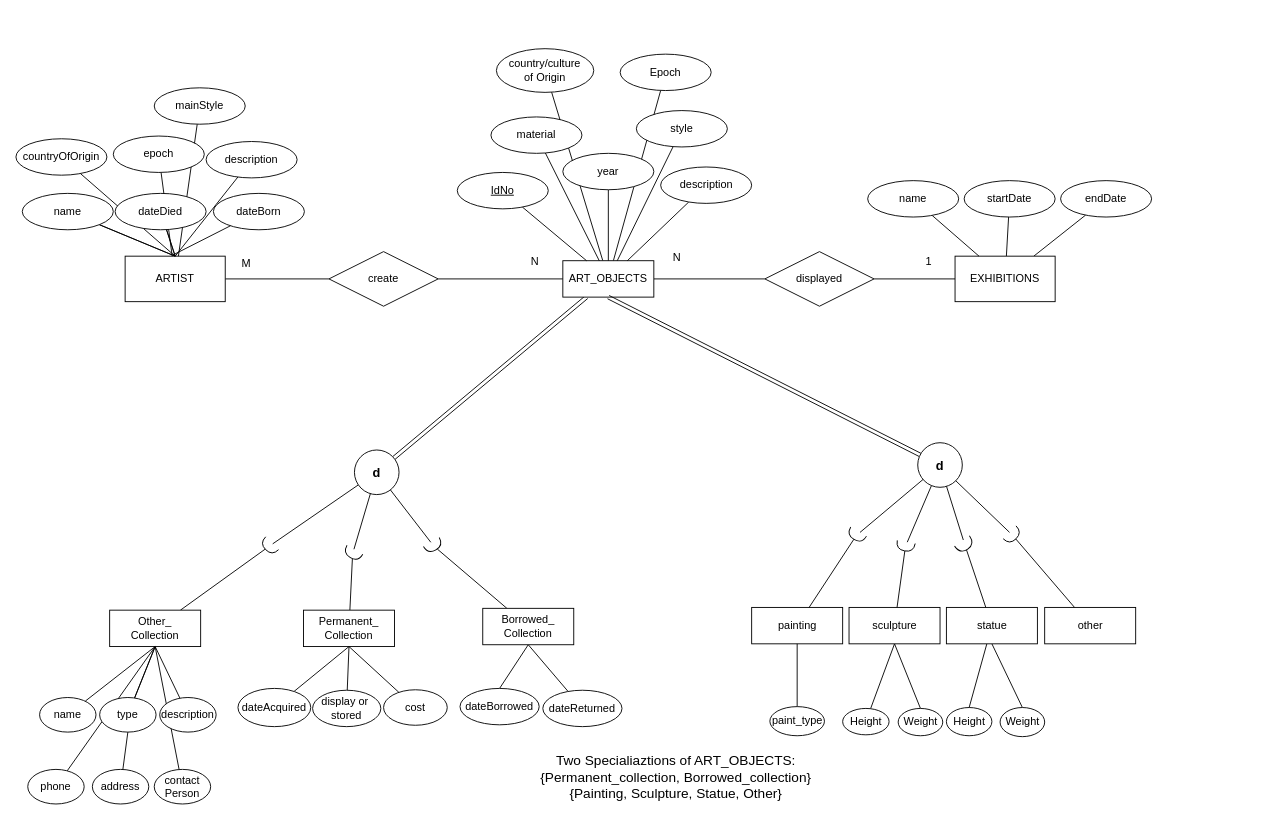
Above: DBStudio/DBStudio_Ass5_Art.drawio in cobinding/draw.io_collection (draw.io), before the change. Source tidied: cells renumbered, new cells numbered last; positions are measured from the earlier drawing's top-left corner, leaving out a move shared by most shapes. Both pictures are drawn from the tidied source at 91%, with x=0, y=0 at pixel (15, 48).
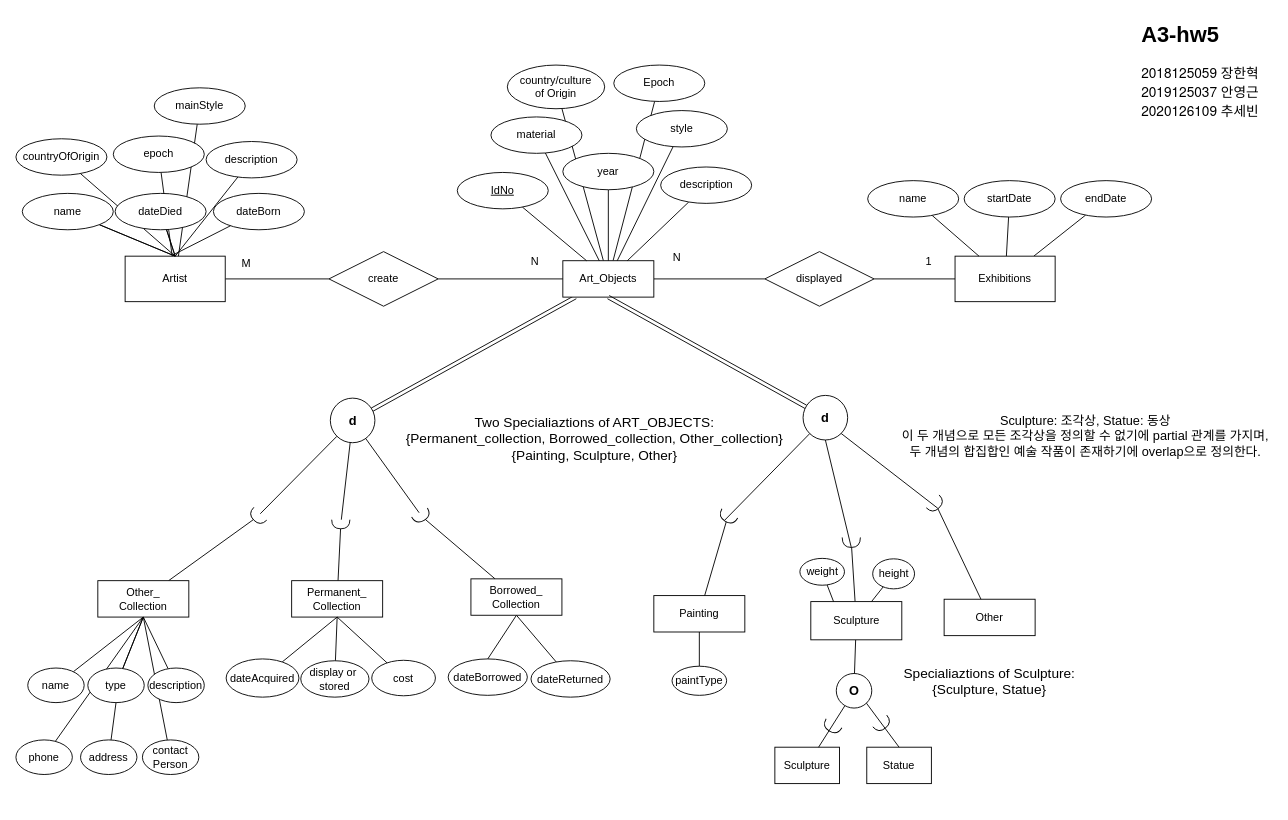
The same diagram, later.

The edit, as a diff of the source:
```diff
@@
+    <mxCell id="25" style="rounded=0;jettySize=auto;html=1;endArrow=none;endFill=0;" parent="1" edge="1" source="9" target="20">
+      <mxGeometry relative="1" as="geometry" />
+    </mxCell>
-    <mxCell id="9" style="shape=requiredInterface;html=1;verticalLabelPosition=bottom;sketch=0;rotation=55;" parent="1" vertex="1">
-      <mxGeometry x="1037.3" y="535.4" width="11" height="20" as="geometry" />
+    <mxCell id="9" style="shape=requiredInterface;html=1;verticalLabelPosition=bottom;sketch=0;rotation=90;" parent="1" vertex="1">
+      <mxGeometry x="912.5" y="532.6" width="11" height="20" as="geometry" />
     </mxCell>
     <mxCell id="10" style="shape=requiredInterface;html=1;verticalLabelPosition=bottom;sketch=0;rotation=120;" parent="1" vertex="1">
-      <mxGeometry x="918.5" y="525" width="10" height="20" as="geometry" />
+      <mxGeometry x="777" y="505" width="10" height="20" as="geometry" />
     </mxCell>
@@
-    <mxCell id="13" value="ART_OBJECTS" style="whiteSpace=wrap;html=1;align=center;" parent="1" vertex="1">
+    <mxCell id="13" value="Art_Objects" style="whiteSpace=wrap;html=1;align=center;" parent="1" vertex="1">
       <mxGeometry x="601" y="233" width="100" height="40" as="geometry" />
     </mxCell>
-    <mxCell id="14" value="painting" style="whiteSpace=wrap;html=1;align=center;" parent="1" vertex="1">
-      <mxGeometry x="808.5" y="614" width="100" height="40" as="geometry" />
+    <mxCell id="14" value="Painting" style="whiteSpace=wrap;html=1;align=center;" parent="1" vertex="1">
+      <mxGeometry x="701" y="601" width="100" height="40" as="geometry" />
     </mxCell>
-    <mxCell id="15" style="rounded=0;jettySize=auto;html=1;endArrow=none;endFill=0;exitX=0.5;exitY=1;exitDx=0;exitDy=0;" parent="1" edge="1" source="17" target="79">
-      <mxGeometry relative="1" as="geometry" />
-    </mxCell>
-    <mxCell id="16" style="rounded=0;jettySize=auto;html=1;entryX=0.5;entryY=0;entryDx=0;entryDy=0;endArrow=none;endFill=0;exitX=0.5;exitY=1;exitDx=0;exitDy=0;" parent="1" edge="1" source="17" target="78">
-      <mxGeometry relative="1" as="geometry" />
-    </mxCell>
-    <mxCell id="17" value="sculpture" style="whiteSpace=wrap;html=1;align=center;" parent="1" vertex="1">
-      <mxGeometry x="915.5" y="614" width="100" height="40" as="geometry" />
-    </mxCell>
-    <mxCell id="18" style="rounded=0;jettySize=auto;html=1;entryX=0.5;entryY=0;entryDx=0;entryDy=0;endArrow=none;endFill=0;" parent="1" edge="1" source="20" target="80">
-      <mxGeometry relative="1" as="geometry" />
-    </mxCell>
-    <mxCell id="19" style="rounded=0;jettySize=auto;html=1;entryX=0.5;entryY=0;entryDx=0;entryDy=0;endArrow=none;endFill=0;exitX=0.5;exitY=1;exitDx=0;exitDy=0;" parent="1" edge="1" source="20" target="81">
-      <mxGeometry relative="1" as="geometry" />
-    </mxCell>
+    <mxCell id="118" style="rounded=0;jettySize=auto;html=1;endArrow=none;endFill=0;" parent="1" edge="1" source="20" target="122">
+      <mxGeometry relative="1" as="geometry" />
+    </mxCell>
-    <mxCell id="20" value="statue" style="whiteSpace=wrap;html=1;align=center;" parent="1" vertex="1">
-      <mxGeometry x="1022.5" y="614" width="100" height="40" as="geometry" />
+    <mxCell id="20" value="Sculpture" style="whiteSpace=wrap;html=1;align=center;" parent="1" vertex="1">
+      <mxGeometry x="873.5" y="607.6" width="100" height="42" as="geometry" />
     </mxCell>
-    <mxCell id="21" value="other" style="whiteSpace=wrap;html=1;align=center;" parent="1" vertex="1">
-      <mxGeometry x="1130.5" y="614" width="100" height="40" as="geometry" />
+    <mxCell id="21" value="Other" style="whiteSpace=wrap;html=1;align=center;" parent="1" vertex="1">
+      <mxGeometry x="1020" y="605" width="100" height="40" as="geometry" />
     </mxCell>
@@
-    <mxCell id="24" style="rounded=0;jettySize=auto;html=1;endArrow=none;endFill=0;" parent="1" edge="1" source="30" target="17">
-      <mxGeometry relative="1" as="geometry" />
-    </mxCell>
-    <mxCell id="25" style="rounded=0;jettySize=auto;html=1;endArrow=none;endFill=0;" parent="1" edge="1" source="9" target="20">
-      <mxGeometry relative="1" as="geometry" />
-    </mxCell>
@@
     <mxCell id="27" value="&lt;b&gt;&lt;font style=&quot;font-size: 14px;&quot;&gt;d&lt;/font&gt;&lt;/b&gt;" style="ellipse;whiteSpace=wrap;html=1;align=center;" parent="1" vertex="1">
-      <mxGeometry x="991" y="433" width="49" height="49" as="geometry" />
+      <mxGeometry x="865" y="381" width="49" height="49" as="geometry" />
     </mxCell>
-    <mxCell id="28" style="rounded=0;jettySize=auto;html=1;endArrow=none;endFill=0;" parent="1" edge="1" source="27" target="10">
-      <mxGeometry relative="1" as="geometry" />
+    <mxCell id="28" style="rounded=0;jettySize=auto;html=1;endArrow=none;endFill=0;" parent="1" edge="1" source="27">
+      <mxGeometry relative="1" as="geometry">
+        <mxPoint x="779" y="518" as="targetPoint" />
+      </mxGeometry>
     </mxCell>
-    <mxCell id="29" style="rounded=0;jettySize=auto;html=1;endArrow=none;endFill=0;" parent="1" edge="1" source="27" target="30">
-      <mxGeometry relative="1" as="geometry" />
-    </mxCell>
-    <mxCell id="30" style="shape=requiredInterface;html=1;verticalLabelPosition=bottom;sketch=0;rotation=100;" parent="1" vertex="1">
-      <mxGeometry x="972.5" y="537" width="10" height="20" as="geometry" />
-    </mxCell>
-    <mxCell id="31" style="rounded=0;jettySize=auto;html=1;endArrow=none;endFill=0;" parent="1" edge="1" source="27" target="9">
+    <mxCell id="31" style="rounded=0;jettySize=auto;html=1;endArrow=none;endFill=0;exitX=0.5;exitY=1;exitDx=0;exitDy=0;entryX=1;entryY=0.5;entryDx=0;entryDy=0;entryPerimeter=0;" parent="1" edge="1" source="27" target="9">
       <mxGeometry relative="1" as="geometry" />
     </mxCell>
@@
-    <mxCell id="33" value="ARTIST" style="html=1;whiteSpace=wrap;" parent="1" vertex="1">
+    <mxCell id="33" value="Artist" style="html=1;whiteSpace=wrap;" parent="1" vertex="1">
       <mxGeometry x="120" y="228" width="110" height="50" as="geometry" />
     </mxCell>
@@
-    <mxCell id="36" value="EXHIBITIONS" style="html=1;whiteSpace=wrap;" parent="1" vertex="1">
+    <mxCell id="36" value="Exhibitions" style="html=1;whiteSpace=wrap;" parent="1" vertex="1">
       <mxGeometry x="1032" y="228" width="110" height="50" as="geometry" />
     </mxCell>
@@
-    <mxCell id="39" style="rounded=0;jettySize=auto;html=1;endArrow=none;endFill=0;exitX=1;exitY=1;exitDx=0;exitDy=0;" parent="1" edge="1" source="27" target="40">
-      <mxGeometry relative="1" as="geometry" />
+    <mxCell id="39" style="rounded=0;jettySize=auto;html=1;endArrow=none;endFill=0;exitX=1;exitY=1;exitDx=0;exitDy=0;" parent="1" edge="1" source="27">
+      <mxGeometry relative="1" as="geometry">
+        <mxPoint x="1013" y="505" as="targetPoint" />
+      </mxGeometry>
     </mxCell>
     <mxCell id="40" style="shape=requiredInterface;html=1;verticalLabelPosition=bottom;sketch=0;rotation=45;" parent="1" vertex="1">
-      <mxGeometry x="1090.5" y="525" width="10" height="20" as="geometry" />
+      <mxGeometry x="1006" y="491" width="10" height="20" as="geometry" />
     </mxCell>
@@
     <mxCell id="50" value="&lt;b&gt;&lt;font style=&quot;font-size: 14px;&quot;&gt;d&lt;/font&gt;&lt;/b&gt;" style="ellipse;whiteSpace=wrap;html=1;align=center;" parent="1" vertex="1">
-      <mxGeometry x="372" y="441" width="49" height="49" as="geometry" />
+      <mxGeometry x="345.5" y="384" width="49" height="49" as="geometry" />
     </mxCell>
     <mxCell id="51" value="Permanent_&lt;div&gt;Collection&lt;/div&gt;" style="whiteSpace=wrap;html=1;align=center;" parent="1" vertex="1">
-      <mxGeometry x="316" y="617" width="100" height="40" as="geometry" />
+      <mxGeometry x="303" y="584.6" width="100" height="40" as="geometry" />
     </mxCell>
@@
     <mxCell id="54" value="Borrowed_&lt;div&gt;Collection&lt;/div&gt;" style="whiteSpace=wrap;html=1;align=center;" parent="1" vertex="1">
-      <mxGeometry x="513" y="615" width="100" height="40" as="geometry" />
+      <mxGeometry x="500" y="582.6" width="100" height="40" as="geometry" />
     </mxCell>
@@
-    <mxCell id="56" style="shape=requiredInterface;html=1;verticalLabelPosition=bottom;sketch=0;rotation=120;" parent="1" vertex="1">
-      <mxGeometry x="365" y="545" width="10" height="20" as="geometry" />
+    <mxCell id="56" style="shape=requiredInterface;html=1;verticalLabelPosition=bottom;sketch=0;rotation=90;" parent="1" vertex="1">
+      <mxGeometry x="352" y="512.6" width="10" height="20" as="geometry" />
     </mxCell>
@@
-    <mxCell id="77" value="paint_type" style="ellipse;whiteSpace=wrap;html=1;align=center;" parent="1" vertex="1">
-      <mxGeometry x="828.5" y="723" width="60" height="32" as="geometry" />
+    <mxCell id="77" value="paintType" style="ellipse;whiteSpace=wrap;html=1;align=center;" parent="1" vertex="1">
+      <mxGeometry x="721" y="678.6" width="60" height="32" as="geometry" />
     </mxCell>
-    <mxCell id="78" value="Weight" style="ellipse;whiteSpace=wrap;html=1;align=center;" parent="1" vertex="1">
-      <mxGeometry x="969.5" y="725" width="49" height="30" as="geometry" />
-    </mxCell>
-    <mxCell id="79" value="Height" style="ellipse;whiteSpace=wrap;html=1;align=center;" parent="1" vertex="1">
-      <mxGeometry x="908.5" y="725" width="51" height="29" as="geometry" />
-    </mxCell>
-    <mxCell id="80" value="Height" style="ellipse;whiteSpace=wrap;html=1;align=center;" parent="1" vertex="1">
-      <mxGeometry x="1022.5" y="724" width="50" height="31" as="geometry" />
-    </mxCell>
-    <mxCell id="81" value="Weight" style="ellipse;whiteSpace=wrap;html=1;align=center;" parent="1" vertex="1">
-      <mxGeometry x="1081.5" y="724" width="49" height="32" as="geometry" />
-    </mxCell>
@@
-    <mxCell id="85" value="&lt;font style=&quot;font-size: 15px;&quot;&gt;Two Specialiaztions of ART_OBJECTS:&lt;/font&gt;&lt;div style=&quot;font-size: 15px;&quot;&gt;&lt;font style=&quot;font-size: 15px;&quot;&gt;{Permanent_collection, Borrowed_collection}&lt;/font&gt;&lt;/div&gt;&lt;div style=&quot;font-size: 15px;&quot;&gt;&lt;font style=&quot;font-size: 15px;&quot;&gt;{Painting, Sculpture, Statue, Other}&lt;/font&gt;&lt;br&gt;&lt;/div&gt;" style="text;html=1;align=center;verticalAlign=middle;whiteSpace=wrap;rounded=0;" parent="1" vertex="1">
-      <mxGeometry x="566.1" y="785" width="318.7" height="30" as="geometry" />
+    <mxCell id="85" value="&lt;font style=&quot;font-size: 15px;&quot;&gt;Two Specialiaztions of ART_OBJECTS:&lt;/font&gt;&lt;div style=&quot;font-size: 15px;&quot;&gt;&lt;font style=&quot;font-size: 15px;&quot;&gt;{Permanent_collection, Borrowed_collection, Other_collection}&lt;/font&gt;&lt;/div&gt;&lt;div style=&quot;font-size: 15px;&quot;&gt;&lt;font style=&quot;font-size: 15px;&quot;&gt;{Painting, Sculpture, Other}&lt;/font&gt;&lt;br&gt;&lt;/div&gt;" style="text;html=1;align=center;verticalAlign=middle;whiteSpace=wrap;rounded=0;" parent="1" vertex="1">
+      <mxGeometry x="394.5" y="413" width="482" height="30" as="geometry" />
     </mxCell>
@@
     <mxCell id="90" style="shape=requiredInterface;html=1;verticalLabelPosition=bottom;sketch=0;rotation=60;" parent="1" vertex="1">
-      <mxGeometry x="454" y="536.4" width="10" height="20" as="geometry" />
+      <mxGeometry x="441" y="504" width="10" height="20" as="geometry" />
     </mxCell>
     <mxCell id="91" value="dateBorrowed" style="ellipse;whiteSpace=wrap;html=1;align=center;" parent="1" vertex="1">
-      <mxGeometry x="488" y="703" width="87" height="40" as="geometry" />
+      <mxGeometry x="475" y="670.6" width="87" height="40" as="geometry" />
     </mxCell>
@@
     <mxCell id="93" value="cost" style="ellipse;whiteSpace=wrap;html=1;align=center;" parent="1" vertex="1">
-      <mxGeometry x="404" y="704.5" width="70" height="39" as="geometry" />
+      <mxGeometry x="391" y="672.1" width="70" height="39" as="geometry" />
     </mxCell>
@@
     <mxCell id="95" value="display or&amp;nbsp;&lt;div&gt;stored&lt;/div&gt;" style="ellipse;whiteSpace=wrap;html=1;align=center;" parent="1" vertex="1">
-      <mxGeometry x="326" y="705" width="75" height="40" as="geometry" />
+      <mxGeometry x="313" y="672.6" width="75" height="40" as="geometry" />
     </mxCell>
@@
     <mxCell id="97" value="dateAcquired" style="ellipse;whiteSpace=wrap;html=1;align=center;" parent="1" vertex="1">
-      <mxGeometry x="244" y="703" width="80" height="42" as="geometry" />
+      <mxGeometry x="231" y="670.6" width="80" height="42" as="geometry" />
     </mxCell>
     <mxCell id="98" value="dateReturned" style="ellipse;whiteSpace=wrap;html=1;align=center;" parent="1" vertex="1">
-      <mxGeometry x="579" y="705" width="87" height="40" as="geometry" />
+      <mxGeometry x="566" y="672.6" width="87" height="40" as="geometry" />
     </mxCell>
     <mxCell id="99" value="country/culture&lt;div&gt;of&amp;nbsp;&lt;span style=&quot;background-color: initial;&quot;&gt;Origin&lt;/span&gt;&lt;/div&gt;" style="ellipse;whiteSpace=wrap;html=1;align=center;" parent="1" vertex="1">
-      <mxGeometry x="528" width="107" height="48" as="geometry" />
+      <mxGeometry x="540" y="18" width="107" height="48" as="geometry" />
     </mxCell>
     <mxCell id="100" value="Epoch" style="ellipse;whiteSpace=wrap;html=1;align=center;" parent="1" vertex="1">
-      <mxGeometry x="664" y="6" width="100" height="40" as="geometry" />
+      <mxGeometry x="657" y="18" width="100" height="40" as="geometry" />
     </mxCell>
@@
     <mxCell id="105" value="Other_&lt;div&gt;Collection&lt;/div&gt;" style="whiteSpace=wrap;html=1;align=center;" parent="1" vertex="1">
-      <mxGeometry x="103" y="617" width="100" height="40" as="geometry" />
+      <mxGeometry x="90" y="584.6" width="100" height="40" as="geometry" />
     </mxCell>
@@
     <mxCell id="107" style="shape=requiredInterface;html=1;verticalLabelPosition=bottom;sketch=0;rotation=135;" parent="1" vertex="1">
-      <mxGeometry x="273" y="537" width="10" height="20" as="geometry" />
+      <mxGeometry x="260" y="504.6" width="10" height="20" as="geometry" />
     </mxCell>
@@
     <mxCell id="109" value="name" style="ellipse;whiteSpace=wrap;html=1;align=center;" parent="1" vertex="1">
-      <mxGeometry x="26" y="713" width="62" height="38" as="geometry" />
+      <mxGeometry x="13" y="680.6" width="62" height="38" as="geometry" />
     </mxCell>
@@
     <mxCell id="111" value="description" style="ellipse;whiteSpace=wrap;html=1;align=center;" parent="1" vertex="1">
-      <mxGeometry x="158" y="713" width="62" height="38" as="geometry" />
+      <mxGeometry x="145" y="680.6" width="62" height="38" as="geometry" />
     </mxCell>
@@
     <mxCell id="113" value="address" style="ellipse;whiteSpace=wrap;html=1;align=center;" parent="1" vertex="1">
-      <mxGeometry x="84" y="792" width="62" height="38" as="geometry" />
+      <mxGeometry x="71" y="759.6" width="62" height="38" as="geometry" />
     </mxCell>
     <mxCell id="114" value="phone" style="ellipse;whiteSpace=wrap;html=1;align=center;" parent="1" vertex="1">
-      <mxGeometry x="13" y="792" width="62" height="38" as="geometry" />
+      <mxGeometry y="759.6" width="62" height="38" as="geometry" />
     </mxCell>
     <mxCell id="115" value="contact&lt;div&gt;Person&lt;/div&gt;" style="ellipse;whiteSpace=wrap;html=1;align=center;" parent="1" vertex="1">
-      <mxGeometry x="152" y="792" width="62" height="38" as="geometry" />
+      <mxGeometry x="139" y="759.6" width="62" height="38" as="geometry" />
     </mxCell>
@@
     <mxCell id="117" value="type" style="ellipse;whiteSpace=wrap;html=1;align=center;" parent="1" vertex="1">
-      <mxGeometry x="92" y="713" width="62" height="38" as="geometry" />
+      <mxGeometry x="79" y="680.6" width="62" height="38" as="geometry" />
     </mxCell>
+    <mxCell id="119" value="Sculpture" style="whiteSpace=wrap;html=1;align=center;" parent="1" vertex="1">
+      <mxGeometry x="834" y="767.6" width="71" height="40" as="geometry" />
+    </mxCell>
+    <mxCell id="120" value="Statue" style="whiteSpace=wrap;html=1;align=center;" parent="1" vertex="1">
+      <mxGeometry x="935" y="767.6" width="71" height="40" as="geometry" />
+    </mxCell>
+    <mxCell id="121" style="rounded=0;jettySize=auto;html=1;endArrow=none;endFill=0;" parent="1" edge="1" source="122" target="119">
+      <mxGeometry relative="1" as="geometry" />
+    </mxCell>
+    <mxCell id="122" value="&lt;b&gt;&lt;font style=&quot;font-size: 14px;&quot;&gt;O&lt;/font&gt;&lt;/b&gt;" style="ellipse;whiteSpace=wrap;html=1;align=center;" parent="1" vertex="1">
+      <mxGeometry x="901.5" y="686.6" width="39" height="38" as="geometry" />
+    </mxCell>
+    <mxCell id="123" style="shape=requiredInterface;html=1;verticalLabelPosition=bottom;sketch=0;rotation=120;" parent="1" vertex="1">
+      <mxGeometry x="891.5" y="735.6" width="10" height="20" as="geometry" />
+    </mxCell>
+    <mxCell id="124" style="rounded=0;jettySize=auto;html=1;endArrow=none;endFill=0;exitX=1;exitY=1;exitDx=0;exitDy=0;entryX=0.5;entryY=0;entryDx=0;entryDy=0;" parent="1" edge="1" source="122" target="120">
+      <mxGeometry relative="1" as="geometry" />
+    </mxCell>
+    <mxCell id="125" style="shape=requiredInterface;html=1;verticalLabelPosition=bottom;sketch=0;rotation=50;" parent="1" vertex="1">
+      <mxGeometry x="947.5" y="732.6" width="10" height="20" as="geometry" />
+    </mxCell>
+    <mxCell id="126" value="&lt;font style=&quot;font-size: 14px;&quot;&gt;Sculpture: 조각상, Statue: 동상&lt;/font&gt;&lt;div style=&quot;font-size: 14px;&quot;&gt;&lt;font style=&quot;font-size: 14px;&quot;&gt;이 두 개념으로 모든 조각상을 정의할 수 없기에 partial 관계를 가지며,&lt;/font&gt;&lt;/div&gt;&lt;div style=&quot;font-size: 14px;&quot;&gt;&lt;font style=&quot;font-size: 14px;&quot;&gt;두 개념의 합집합인 예술 작품이 존재하기에 overlap으로 정의한다.&lt;/font&gt;&lt;/div&gt;" style="text;html=1;align=center;verticalAlign=middle;strokeColor=none;fillColor=none;" parent="1" vertex="1">
+      <mxGeometry x="973.5" y="395" width="402" height="62" as="geometry" />
+    </mxCell>
+    <mxCell id="127" style="rounded=0;jettySize=auto;html=1;endArrow=none;endFill=0;" parent="1" edge="1" source="128" target="20">
+      <mxGeometry relative="1" as="geometry" />
+    </mxCell>
+    <mxCell id="128" value="height" style="ellipse;whiteSpace=wrap;html=1;align=center;" parent="1" vertex="1">
+      <mxGeometry x="941.5" y="560.6" width="46" height="33" as="geometry" />
+    </mxCell>
+    <mxCell id="129" style="rounded=0;jettySize=auto;html=1;entryX=0.25;entryY=0;entryDx=0;entryDy=0;endArrow=none;endFill=0;" parent="1" edge="1" source="130" target="20">
+      <mxGeometry relative="1" as="geometry" />
+    </mxCell>
+    <mxCell id="130" value="weight" style="ellipse;whiteSpace=wrap;html=1;align=center;" parent="1" vertex="1">
+      <mxGeometry x="861.5" y="560.1" width="49" height="29.5" as="geometry" />
+    </mxCell>
+    <mxCell id="131" value="&lt;h1 style=&quot;margin-top: 0px;&quot;&gt;A3-hw5&lt;/h1&gt;&lt;p style=&quot;margin: 0px; font-variant-numeric: normal; font-variant-east-asian: normal; font-variant-alternates: normal; font-kerning: auto; font-optical-sizing: auto; font-feature-settings: normal; font-variation-settings: normal; font-variant-position: normal; font-stretch: normal; line-height: normal; font-family: &amp;quot;Helvetica Neue&amp;quot;; font-size: 15px;&quot; class=&quot;p1&quot;&gt;&lt;font style=&quot;font-size: 15px;&quot;&gt;2018125059 &lt;span style=&quot;font-variant-numeric: normal; font-variant-east-asian: normal; font-variant-alternates: normal; font-kerning: auto; font-optical-sizing: auto; font-feature-settings: normal; font-variation-settings: normal; font-variant-position: normal; font-stretch: normal; line-height: normal; font-family: &amp;quot;Apple SD Gothic Neo&amp;quot;;&quot; class=&quot;s1&quot;&gt;장한혁&lt;/span&gt;&lt;/font&gt;&lt;/p&gt;&lt;p style=&quot;margin: 0px; font-variant-numeric: normal; font-variant-east-asian: normal; font-variant-alternates: normal; font-kerning: auto; font-optical-sizing: auto; font-feature-settings: normal; font-variation-settings: normal; font-variant-position: normal; font-stretch: normal; line-height: normal; font-family: &amp;quot;Helvetica Neue&amp;quot;; font-size: 15px;&quot; class=&quot;p1&quot;&gt;&lt;font style=&quot;font-size: 15px;&quot;&gt;2019125037 &lt;span style=&quot;font-variant-numeric: normal; font-variant-east-asian: normal; font-variant-alternates: normal; font-kerning: auto; font-optical-sizing: auto; font-feature-settings: normal; font-variation-settings: normal; font-variant-position: normal; font-stretch: normal; line-height: normal; font-family: &amp;quot;Apple SD Gothic Neo&amp;quot;;&quot; class=&quot;s1&quot;&gt;안영근&lt;/span&gt;&lt;/font&gt;&lt;/p&gt;&lt;p style=&quot;margin: 0px; font-variant-numeric: normal; font-variant-east-asian: normal; font-variant-alternates: normal; font-kerning: auto; font-optical-sizing: auto; font-feature-settings: normal; font-variation-settings: normal; font-variant-position: normal; font-stretch: normal; line-height: normal; font-family: &amp;quot;Helvetica Neue&amp;quot;; font-size: 15px;&quot; class=&quot;p1&quot;&gt;&lt;font style=&quot;font-size: 15px;&quot;&gt;2020126109 &lt;span style=&quot;font-variant-numeric: normal; font-variant-east-asian: normal; font-variant-alternates: normal; font-kerning: auto; font-optical-sizing: auto; font-feature-settings: normal; font-variation-settings: normal; font-variant-position: normal; font-stretch: normal; line-height: normal; font-family: &amp;quot;Apple SD Gothic Neo&amp;quot;;&quot; class=&quot;s1&quot;&gt;추세빈&lt;/span&gt;&lt;/font&gt;&lt;/p&gt;" style="text;html=1;whiteSpace=wrap;overflow=hidden;rounded=0;" parent="1" vertex="1">
+      <mxGeometry x="1235" y="-36" width="145" height="138" as="geometry" />
+    </mxCell>
+    <mxCell id="132" value="&lt;font style=&quot;font-size: 15px;&quot;&gt;Specialiaztions of Sculpture:&lt;/font&gt;&lt;div&gt;&lt;font style=&quot;font-size: 15px;&quot;&gt;{Sculpture, Statue}&lt;/font&gt;&lt;/div&gt;" style="text;html=1;align=center;verticalAlign=middle;whiteSpace=wrap;rounded=0;" parent="1" vertex="1">
+      <mxGeometry x="947.5" y="674.9" width="243.5" height="39.4" as="geometry" />
+    </mxCell>
```
